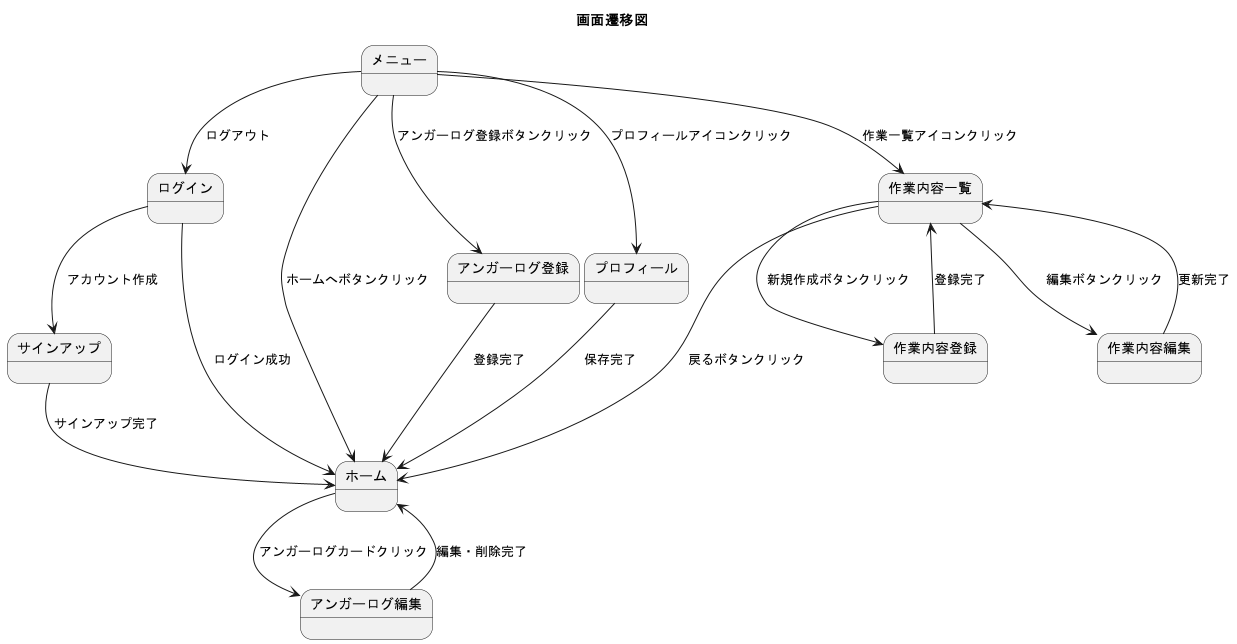
Before: uml/out/angerLog/ScreenTrnsition/ScreenTrnsition.png, a diagram exported from PlantUML (washogo/angerLogApp).
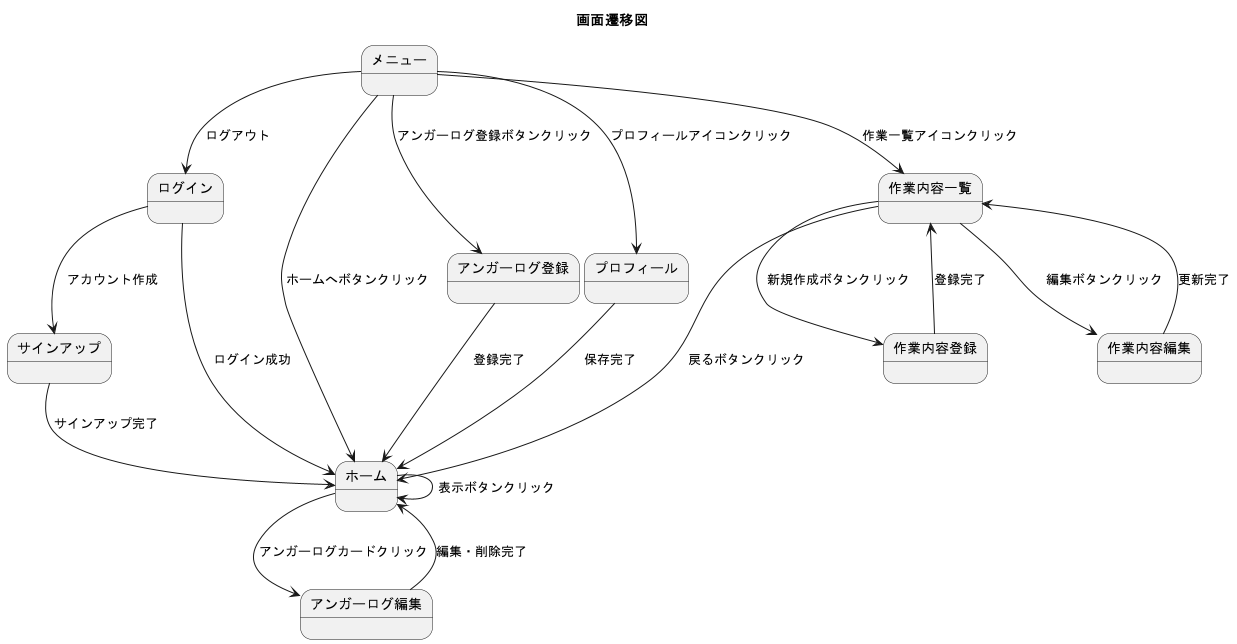
Above is the later version.

Change to the diagram source:
```diff
@@ -16,6 +16,7 @@
 サインアップ --> ホーム : サインアップ完了
 
 ホーム --> アンガーログ編集 : アンガーログカードクリック
+ホーム --> ホーム : 表示ボタンクリック
 メニュー --> アンガーログ登録 : アンガーログ登録ボタンクリック
 メニュー --> ホーム : ホームへボタンクリック
 メニュー --> プロフィール : プロフィールアイコンクリック
```
